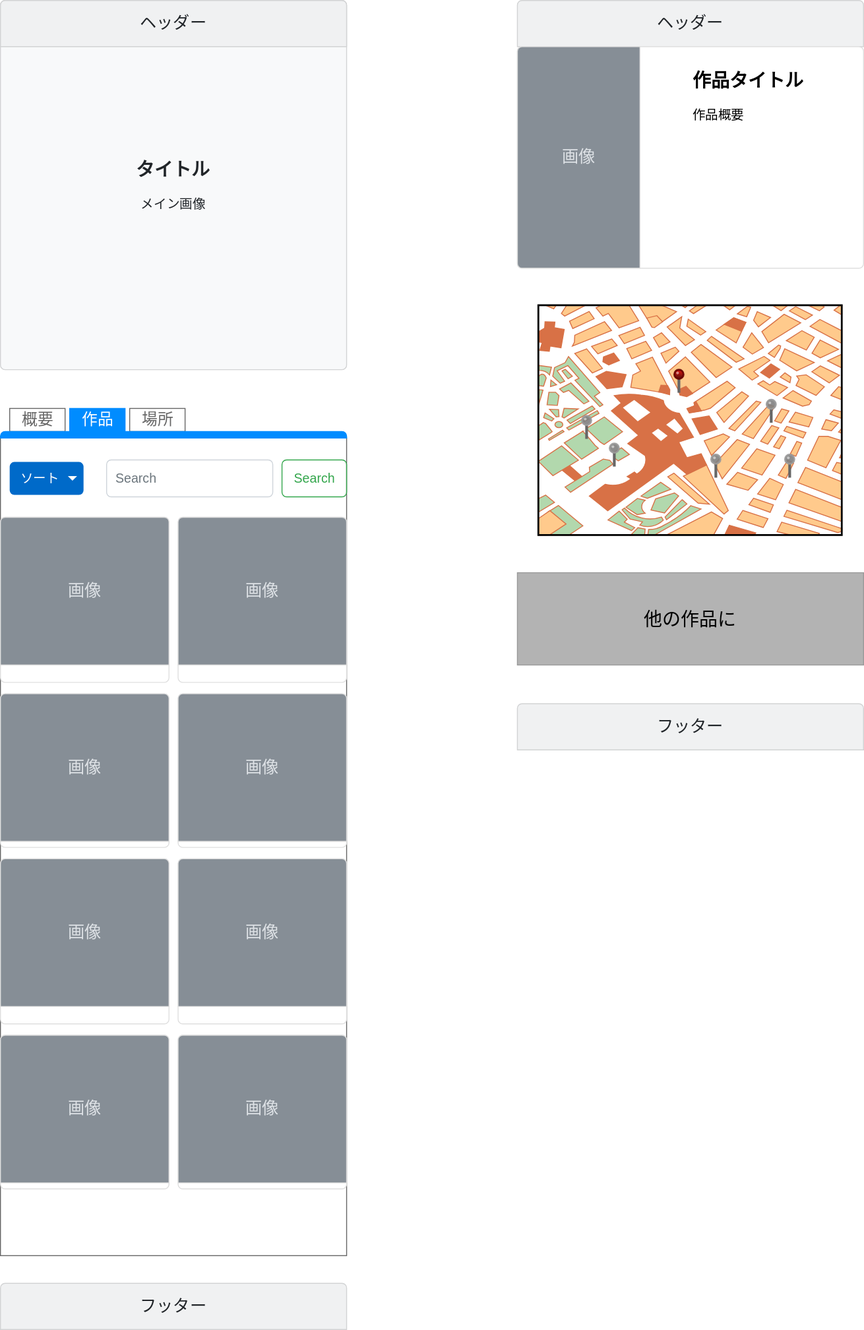
Above: flame.drawio.svg in takumi98/PersonalDevelopment (draw.io), before the change. Source tidied: cells renumbered, new cells last; positions are measured from the earlier drawing's top-left corner, leaving out a move shared by most shapes.
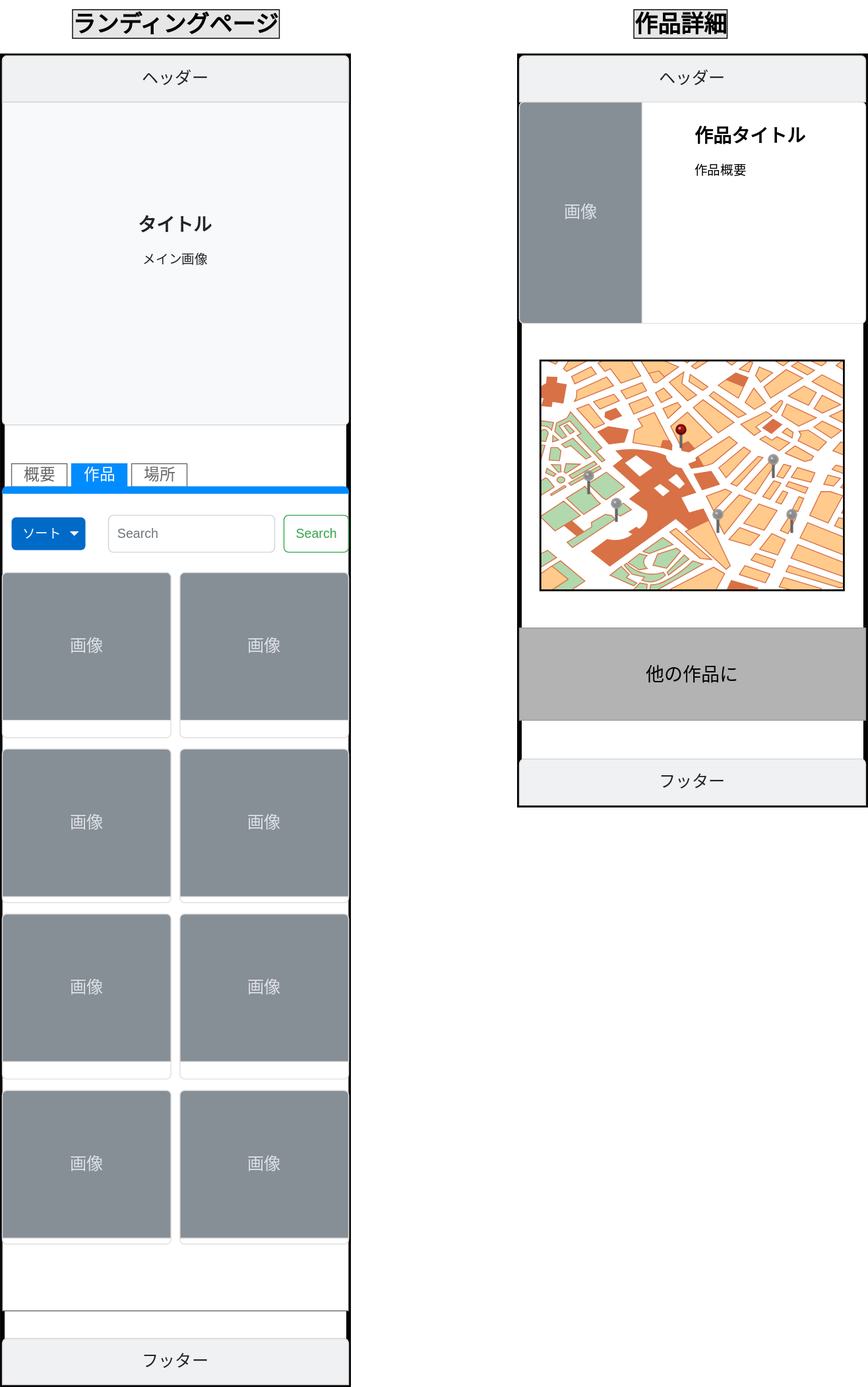
The same diagram one commit later.

Commit message:
[update]各フレームに線を追加

Change to the diagram source:
```diff
@@ -2,7 +2,7 @@
   <root>
     <mxCell id="0" />
     <mxCell id="1" parent="0" />
-    <mxCell id="2" style="verticalLabelPosition=bottom;verticalAlign=top;html=1;shadow=0;dashed=0;strokeWidth=1;shape=mxgraph.ios.iBgFlat;fillColor=none;strokeColor=#FFFFFF;" parent="1" vertex="1">
+    <mxCell id="2" style="verticalLabelPosition=bottom;verticalAlign=top;html=1;shadow=0;dashed=0;strokeWidth=5;shape=mxgraph.ios.iBgFlat;fillColor=none;strokeColor=#000000;" parent="1" vertex="1">
       <mxGeometry width="375" height="1440" as="geometry" />
     </mxCell>
     <mxCell id="3" value="&lt;div&gt;&lt;b&gt;&lt;font style=&quot;font-size: 20px&quot;&gt;タイトル&lt;/font&gt;&lt;/b&gt;&lt;/div&gt;&lt;div&gt;&lt;br&gt;&lt;/div&gt;&lt;div&gt;&lt;span&gt;メイン画像&lt;/span&gt;&lt;/div&gt;" style="html=1;shadow=0;dashed=0;shape=mxgraph.bootstrap.rrect;rSize=5;strokeColor=#D2D3D4;html=1;whiteSpace=wrap;fillColor=#F8F9FA;fontColor=#212529;verticalAlign=middle;align=center;spacing=20;spacingBottom=0;fontSize=14;horizontal=1;" parent="1" vertex="1">
@@ -107,7 +107,7 @@
         <mxPoint x="190" as="offset" />
       </mxGeometry>
     </mxCell>
-    <mxCell id="33" style="verticalLabelPosition=bottom;verticalAlign=top;html=1;shadow=0;dashed=0;strokeWidth=1;shape=mxgraph.ios.iBgFlat;fillColor=none;strokeColor=#FFFFFF;" parent="1" vertex="1">
+    <mxCell id="33" style="verticalLabelPosition=bottom;verticalAlign=top;html=1;shadow=0;dashed=0;strokeWidth=5;shape=mxgraph.ios.iBgFlat;fillColor=none;strokeColor=#000000;" parent="1" vertex="1">
       <mxGeometry x="560" width="375" height="812" as="geometry" />
     </mxCell>
     <mxCell id="34" value="ヘッダー" style="html=1;shadow=0;dashed=0;shape=mxgraph.bootstrap.topButton;rSize=5;perimeter=none;whiteSpace=wrap;fillColor=#F0F1F2;strokeColor=#D2D3D4;fontColor=#212529;fontSize=18;align=center;spacing=20;" parent="1" vertex="1">
@@ -149,5 +149,11 @@
     <mxCell id="46" value="フッター" style="html=1;shadow=0;dashed=0;shape=mxgraph.bootstrap.topButton;rSize=5;perimeter=none;whiteSpace=wrap;fillColor=#F0F1F2;strokeColor=#D2D3D4;fontColor=#212529;fontSize=18;align=center;spacing=20;" parent="1" vertex="1">
       <mxGeometry x="560" y="762" width="375" height="50" as="geometry" />
     </mxCell>
+    <mxCell id="47" value="&lt;font style=&quot;font-size: 25px&quot;&gt;作品詳細&lt;/font&gt;" style="text;html=1;strokeColor=none;fillColor=none;align=center;verticalAlign=middle;whiteSpace=wrap;rounded=0;fontStyle=1;labelBorderColor=#000000;labelBackgroundColor=#E6E6E6;fontColor=#000000;" parent="1" vertex="1">
+      <mxGeometry x="600" y="-60" width="270" height="50" as="geometry" />
+    </mxCell>
+    <mxCell id="48" value="&lt;span style=&quot;font-size: 25px&quot;&gt;ランディングページ&lt;/span&gt;" style="text;html=1;strokeColor=none;fillColor=none;align=center;verticalAlign=middle;whiteSpace=wrap;rounded=0;fontStyle=1;labelBorderColor=#000000;labelBackgroundColor=#E6E6E6;fontColor=#000000;" parent="1" vertex="1">
+      <mxGeometry x="52.5" y="-60" width="270" height="50" as="geometry" />
+    </mxCell>
   </root>
 </mxGraphModel>
```
